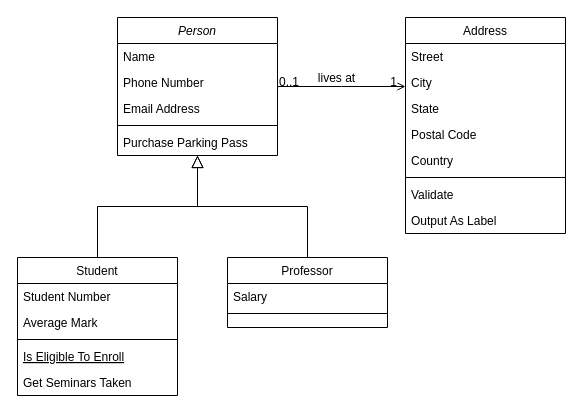
Before: Untitled Diagram.drawio in Demetriox/flutter-client, a draw.io diagram. Source tidied: cells renumbered, new cells numbered last; positions are measured from the earlier drawing's top-left corner, leaving out a move shared by most shapes. Both pictures are drawn from the tidied source at 100%, with x=0, y=0 at pixel (17, 17).
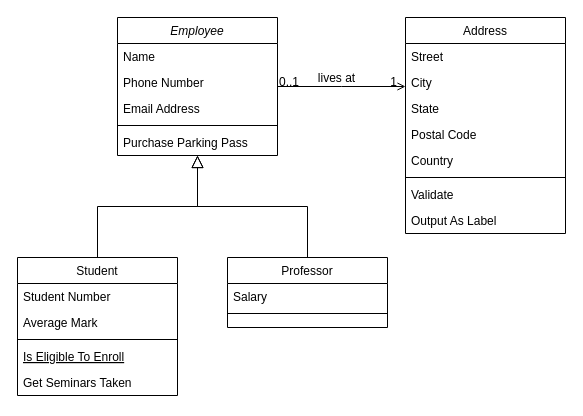
After the change.

Change to the diagram source:
```diff
@@
-    <mxCell id="2" value="Person" style="swimlane;fontStyle=2;align=center;verticalAlign=top;horizontal=1;startSize=26;rounded=0;shadow=0;strokeWidth=1;" parent="1" vertex="1">
+    <mxCell id="2" value="Employee" style="swimlane;fontStyle=2;align=center;verticalAlign=top;horizontal=1;startSize=26;rounded=0;shadow=0;strokeWidth=1;" parent="1" vertex="1">
       <mxGeometry x="100" width="160" height="138" as="geometry" />
     </mxCell>
```
